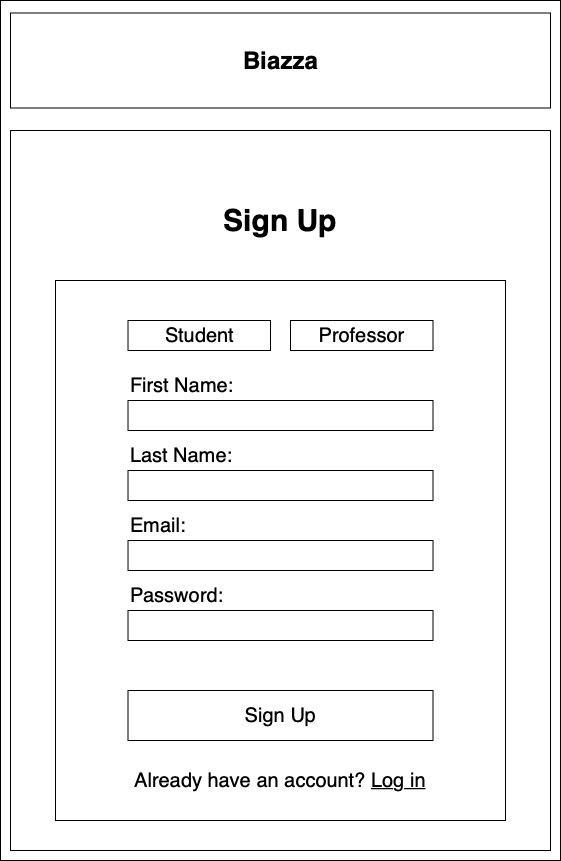
Before: ux-design/Wireframe-Sign-Up.png, a diagram exported from draw.io (software-assignments-spring2021/spring-2020-basic-thunder). Source tidied: cells renumbered, new cells last; positions are measured from the earlier drawing's top-left corner, leaving out a move shared by most shapes.
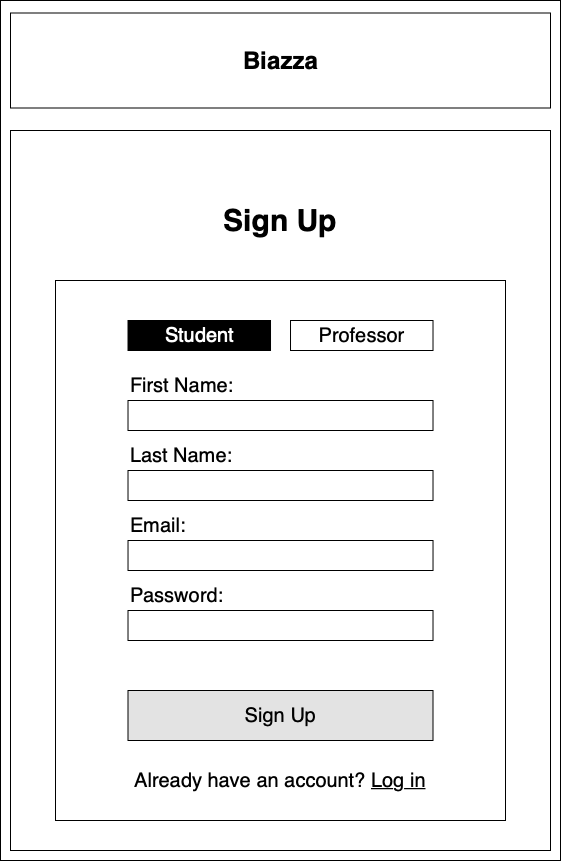
After the change.

Diff of the diagram source:
```diff
@@ -23,7 +23,7 @@
     <mxCell id="8" style="rounded=0;whiteSpace=wrap;html=1;align=left;" parent="1" vertex="1">
       <mxGeometry x="127.5" y="400" width="305" height="30" as="geometry" />
     </mxCell>
-    <mxCell id="9" value="&lt;font style=&quot;font-size: 20px&quot;&gt;Sign Up&lt;br&gt;&lt;/font&gt;" style="rounded=0;whiteSpace=wrap;html=1;" parent="1" vertex="1">
+    <mxCell id="9" value="&lt;font style=&quot;font-size: 20px&quot;&gt;Sign Up&lt;br&gt;&lt;/font&gt;" style="rounded=0;whiteSpace=wrap;html=1;fillColor=#E3E3E3;" parent="1" vertex="1">
       <mxGeometry x="127.5" y="690" width="305" height="50" as="geometry" />
     </mxCell>
     <mxCell id="10" value="&lt;font style=&quot;font-size: 20px&quot;&gt;Already have an account? &lt;u&gt;Log in&lt;/u&gt;&lt;/font&gt;" style="text;html=1;strokeColor=none;fillColor=none;align=center;verticalAlign=middle;whiteSpace=wrap;rounded=0;" parent="1" vertex="1">
@@ -50,7 +50,7 @@
     <mxCell id="17" value="&lt;font style=&quot;font-size: 20px&quot;&gt;Password:&lt;/font&gt;" style="text;html=1;strokeColor=none;fillColor=none;align=left;verticalAlign=middle;whiteSpace=wrap;rounded=0;" parent="1" vertex="1">
       <mxGeometry x="127.5" y="580" width="132.5" height="30" as="geometry" />
     </mxCell>
-    <mxCell id="18" value="&lt;font style=&quot;font-size: 20px&quot;&gt;Student&lt;/font&gt;" style="rounded=0;whiteSpace=wrap;html=1;fillColor=#ffffff;" parent="1" vertex="1">
+    <mxCell id="18" value="&lt;font style=&quot;font-size: 20px&quot;&gt;Student&lt;/font&gt;" style="rounded=0;whiteSpace=wrap;html=1;fillColor=#000000;fontColor=#FFFFFF;" parent="1" vertex="1">
       <mxGeometry x="127.5" y="320" width="142.5" height="30" as="geometry" />
     </mxCell>
     <mxCell id="19" value="&lt;font style=&quot;font-size: 20px&quot;&gt;Professor&lt;br&gt;&lt;/font&gt;" style="rounded=0;whiteSpace=wrap;html=1;fillColor=#ffffff;" parent="1" vertex="1">
```
